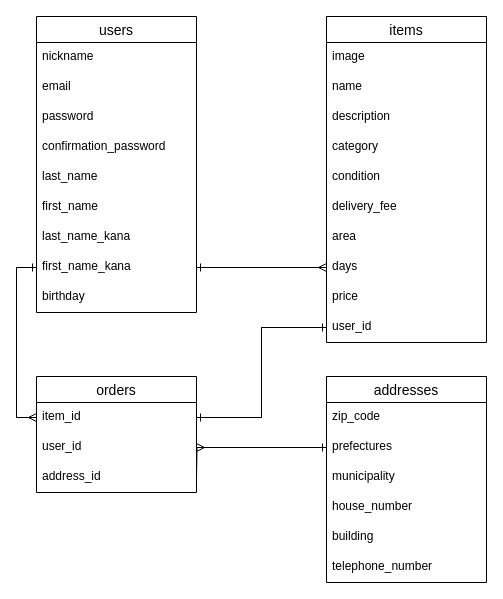
This is ER1.dio from kubomi-3/furima-33105, a draw.io file, before an edit. Source tidied: cells renumbered, new cells numbered last; positions are measured from the earlier drawing's top-left corner, leaving out a move shared by most shapes. Both pictures are drawn from the tidied source at 100%, with x=0, y=0 at pixel (36, 16).
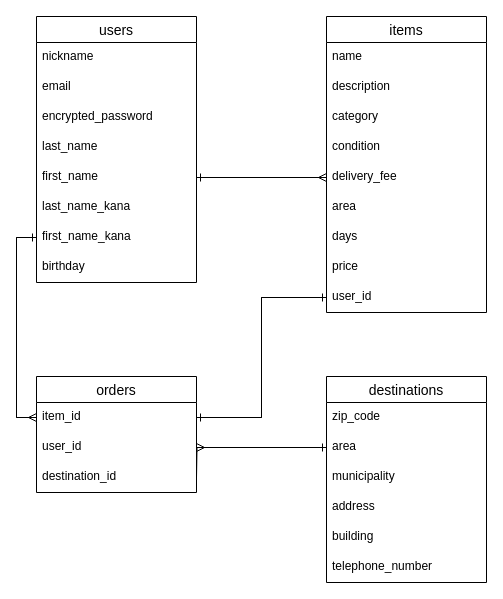
The same diagram, later.

Unchanged cells that the change refers to:
```xml
<mxCell id="25" value="orders" style="swimlane;fontStyle=0;horizontal=1;startSize=26;align=center;fontSize=14;" parent="1" vertex="1">
  <mxGeometry y="360" width="160" height="116" as="geometry" />
</mxCell>
```

Diff of the diagram source:
```diff
@@
     <mxCell id="2" value="users" style="swimlane;fontStyle=0;horizontal=1;startSize=26;align=center;fontSize=14;" parent="1" vertex="1">
-      <mxGeometry width="160" height="296" as="geometry" />
+      <mxGeometry width="160" height="266" as="geometry" />
     </mxCell>
@@
-    <mxCell id="5" value="password" style="text;strokeColor=none;fillColor=none;spacingLeft=4;spacingRight=4;overflow=hidden;fontSize=12;" parent="2" vertex="1">
-      <mxGeometry y="86" width="160" height="30" as="geometry" />
-    </mxCell>
-    <mxCell id="6" value="confirmation_password" style="text;strokeColor=none;fillColor=none;spacingLeft=4;spacingRight=4;overflow=hidden;fontSize=12;" parent="2" vertex="1">
-      <mxGeometry y="116" width="160" height="30" as="geometry" />
-    </mxCell>
+    <mxCell id="42" value="encrypted_password" style="text;strokeColor=none;fillColor=none;spacingLeft=4;spacingRight=4;overflow=hidden;fontSize=12;" parent="2" vertex="1">
+      <mxGeometry y="86" width="160" height="30" as="geometry" />
+    </mxCell>
     <mxCell id="7" value="last_name" style="text;strokeColor=none;fillColor=none;spacingLeft=4;spacingRight=4;overflow=hidden;fontSize=12;" parent="2" vertex="1">
-      <mxGeometry y="146" width="160" height="30" as="geometry" />
+      <mxGeometry y="116" width="160" height="30" as="geometry" />
     </mxCell>
     <mxCell id="8" value="first_name" style="text;strokeColor=none;fillColor=none;spacingLeft=4;spacingRight=4;overflow=hidden;points=[[0,0.5],[1,0.5]];portConstraint=eastwest;fontSize=12;" parent="2" vertex="1">
-      <mxGeometry y="176" width="160" height="30" as="geometry" />
+      <mxGeometry y="146" width="160" height="30" as="geometry" />
     </mxCell>
     <mxCell id="9" value="last_name_kana" style="text;strokeColor=none;fillColor=none;spacingLeft=4;spacingRight=4;overflow=hidden;fontSize=12;" parent="2" vertex="1">
-      <mxGeometry y="206" width="160" height="30" as="geometry" />
+      <mxGeometry y="176" width="160" height="30" as="geometry" />
     </mxCell>
     <mxCell id="10" value="first_name_kana" style="text;strokeColor=none;fillColor=none;spacingLeft=4;spacingRight=4;overflow=hidden;points=[[0,0.5],[1,0.5]];portConstraint=eastwest;fontSize=12;" parent="2" vertex="1">
-      <mxGeometry y="236" width="160" height="30" as="geometry" />
+      <mxGeometry y="206" width="160" height="30" as="geometry" />
     </mxCell>
     <mxCell id="11" value="birthday" style="text;strokeColor=none;fillColor=none;spacingLeft=4;spacingRight=4;overflow=hidden;fontSize=12;" parent="2" vertex="1">
-      <mxGeometry y="266" width="160" height="30" as="geometry" />
+      <mxGeometry y="236" width="160" height="30" as="geometry" />
     </mxCell>
     <mxCell id="12" value="items" style="swimlane;fontStyle=0;horizontal=1;startSize=26;align=center;fontSize=14;" parent="1" vertex="1">
-      <mxGeometry x="290" width="160" height="326" as="geometry" />
+      <mxGeometry x="290" width="160" height="296" as="geometry" />
     </mxCell>
-    <mxCell id="13" value="image" style="text;strokeColor=none;fillColor=none;spacingLeft=4;spacingRight=4;overflow=hidden;fontSize=12;" parent="12" vertex="1">
-      <mxGeometry y="26" width="160" height="30" as="geometry" />
-    </mxCell>
     <mxCell id="14" value="name" style="text;strokeColor=none;fillColor=none;spacingLeft=4;spacingRight=4;overflow=hidden;fontSize=12;" parent="12" vertex="1">
-      <mxGeometry y="56" width="160" height="30" as="geometry" />
+      <mxGeometry y="26" width="160" height="30" as="geometry" />
     </mxCell>
     <mxCell id="15" value="description" style="text;strokeColor=none;fillColor=none;spacingLeft=4;spacingRight=4;overflow=hidden;fontSize=12;" parent="12" vertex="1">
-      <mxGeometry y="86" width="160" height="30" as="geometry" />
+      <mxGeometry y="56" width="160" height="30" as="geometry" />
     </mxCell>
     <mxCell id="16" value="category" style="text;strokeColor=none;fillColor=none;spacingLeft=4;spacingRight=4;overflow=hidden;fontSize=12;" parent="12" vertex="1">
-      <mxGeometry y="116" width="160" height="30" as="geometry" />
+      <mxGeometry y="86" width="160" height="30" as="geometry" />
     </mxCell>
     <mxCell id="17" value="condition" style="text;strokeColor=none;fillColor=none;spacingLeft=4;spacingRight=4;overflow=hidden;fontSize=12;" parent="12" vertex="1">
-      <mxGeometry y="146" width="160" height="30" as="geometry" />
+      <mxGeometry y="116" width="160" height="30" as="geometry" />
     </mxCell>
     <mxCell id="18" value="delivery_fee" style="text;strokeColor=none;fillColor=none;spacingLeft=4;spacingRight=4;overflow=hidden;points=[[0,0.5],[1,0.5]];portConstraint=eastwest;fontSize=12;" parent="12" vertex="1">
-      <mxGeometry y="176" width="160" height="30" as="geometry" />
+      <mxGeometry y="146" width="160" height="30" as="geometry" />
     </mxCell>
     <mxCell id="19" value="area" style="text;strokeColor=none;fillColor=none;spacingLeft=4;spacingRight=4;overflow=hidden;fontSize=12;" parent="12" vertex="1">
-      <mxGeometry y="206" width="160" height="30" as="geometry" />
+      <mxGeometry y="176" width="160" height="30" as="geometry" />
     </mxCell>
     <mxCell id="20" value="days" style="text;strokeColor=none;fillColor=none;spacingLeft=4;spacingRight=4;overflow=hidden;points=[[0,0.5],[1,0.5]];portConstraint=eastwest;fontSize=12;" parent="12" vertex="1">
-      <mxGeometry y="236" width="160" height="30" as="geometry" />
+      <mxGeometry y="206" width="160" height="30" as="geometry" />
     </mxCell>
     <mxCell id="21" value="price" style="text;strokeColor=none;fillColor=none;spacingLeft=4;spacingRight=4;overflow=hidden;fontSize=12;" parent="12" vertex="1">
-      <mxGeometry y="266" width="160" height="30" as="geometry" />
+      <mxGeometry y="236" width="160" height="30" as="geometry" />
     </mxCell>
     <mxCell id="22" value="user_id" style="text;strokeColor=none;fillColor=none;spacingLeft=4;spacingRight=4;overflow=hidden;points=[[0,0.5],[1,0.5]];portConstraint=eastwest;fontSize=12;" parent="12" vertex="1">
-      <mxGeometry y="296" width="160" height="30" as="geometry" />
+      <mxGeometry y="266" width="160" height="30" as="geometry" />
     </mxCell>
-    <mxCell id="23" style="edgeStyle=orthogonalEdgeStyle;rounded=0;jettySize=auto;html=1;exitX=1;exitY=0.5;exitDx=0;exitDy=0;entryX=0;entryY=0.5;entryDx=0;entryDy=0;endArrow=ERmany;endFill=0;strokeWidth=1;" parent="1" edge="1" source="10" target="20">
-      <mxGeometry relative="1" as="geometry">
-        <Array as="points">
-          <mxPoint x="260" y="251" />
-          <mxPoint x="260" y="251" />
-        </Array>
-      </mxGeometry>
-    </mxCell>
-    <mxCell id="24" style="edgeStyle=orthogonalEdgeStyle;rounded=0;jettySize=auto;html=1;exitX=0;exitY=0.5;exitDx=0;exitDy=0;endArrow=ERone;endFill=0;strokeWidth=1;entryX=1;entryY=0.5;entryDx=0;entryDy=0;" parent="1" edge="1" source="20" target="10">
-      <mxGeometry relative="1" as="geometry" />
-    </mxCell>
@@
-    <mxCell id="28" value="address_id" style="text;strokeColor=none;fillColor=none;spacingLeft=4;spacingRight=4;overflow=hidden;fontSize=12;" parent="25" vertex="1">
+    <mxCell id="28" value="destination_id" style="text;strokeColor=none;fillColor=none;spacingLeft=4;spacingRight=4;overflow=hidden;fontSize=12;" parent="25" vertex="1">
       <mxGeometry y="86" width="160" height="30" as="geometry" />
     </mxCell>
@@
-    <mxCell id="31" value="addresses" style="swimlane;fontStyle=0;horizontal=1;startSize=26;align=center;fontSize=14;" parent="1" vertex="1">
+    <mxCell id="31" value="destinations" style="swimlane;fontStyle=0;horizontal=1;startSize=26;align=center;fontSize=14;" parent="1" vertex="1">
       <mxGeometry x="290" y="360" width="160" height="206" as="geometry" />
     </mxCell>
@@
-    <mxCell id="33" value="prefectures" style="text;strokeColor=none;fillColor=none;spacingLeft=4;spacingRight=4;overflow=hidden;points=[[0,0.5],[1,0.5]];portConstraint=eastwest;fontSize=12;" parent="31" vertex="1">
+    <mxCell id="33" value="area" style="text;strokeColor=none;fillColor=none;spacingLeft=4;spacingRight=4;overflow=hidden;points=[[0,0.5],[1,0.5]];portConstraint=eastwest;fontSize=12;" parent="31" vertex="1">
       <mxGeometry y="56" width="160" height="30" as="geometry" />
     </mxCell>
@@
-    <mxCell id="35" value="house_number" style="text;strokeColor=none;fillColor=none;spacingLeft=4;spacingRight=4;overflow=hidden;fontSize=12;" parent="31" vertex="1">
+    <mxCell id="35" value="address" style="text;strokeColor=none;fillColor=none;spacingLeft=4;spacingRight=4;overflow=hidden;fontSize=12;" parent="31" vertex="1">
       <mxGeometry y="116" width="160" height="30" as="geometry" />
     </mxCell>
@@
+    <mxCell id="43" style="edgeStyle=orthogonalEdgeStyle;rounded=0;jettySize=auto;html=1;exitX=1;exitY=0.5;exitDx=0;exitDy=0;entryX=0;entryY=0.5;entryDx=0;entryDy=0;endArrow=ERmany;endFill=0;" parent="1" edge="1" source="8" target="18">
+      <mxGeometry relative="1" as="geometry" />
+    </mxCell>
+    <mxCell id="44" style="edgeStyle=orthogonalEdgeStyle;rounded=0;jettySize=auto;html=1;exitX=0;exitY=0.5;exitDx=0;exitDy=0;entryX=1;entryY=0.5;entryDx=0;entryDy=0;endArrow=ERone;endFill=0;" parent="1" edge="1" source="18" target="8">
+      <mxGeometry relative="1" as="geometry" />
+    </mxCell>
```
